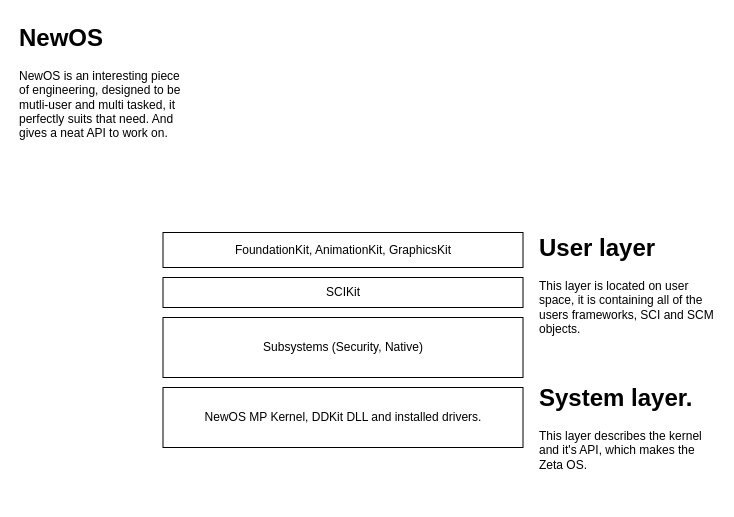
Earlier version of the draw.io diagram doc/OS-Design.drawio (nekernel-org/nekernel). Source tidied: cells renumbered, new cells numbered last; positions are measured from the earlier drawing's top-left corner, leaving out a move shared by most shapes. Both pictures are drawn from the tidied source at 100%, with x=0, y=0 at pixel (17, 17).
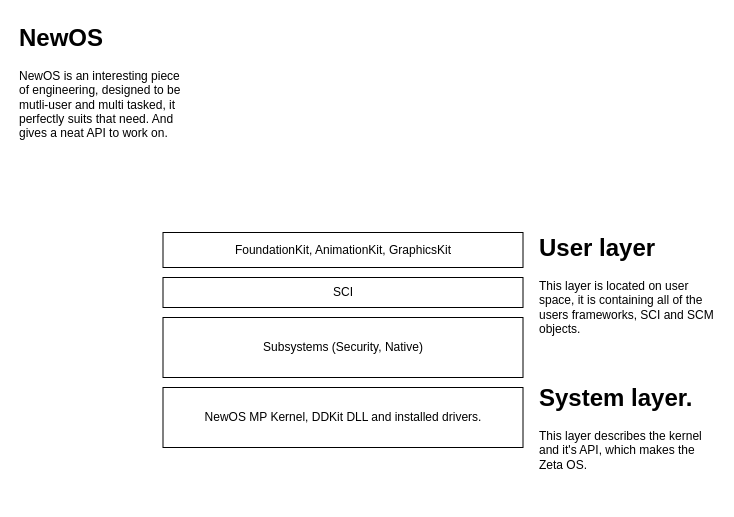
The same diagram, later.

The edit, as a diff of the source:
```diff
@@
 <mxGraphModel>
   <root>
     <mxCell id="0" />
     <mxCell id="1" parent="0" />
-    <mxCell id="2" value="SCIKit" style="rounded=0;whiteSpace=wrap;html=1;" parent="1" vertex="1">
+    <mxCell id="2" value="SCI" style="rounded=0;whiteSpace=wrap;html=1;" parent="1" vertex="1">
       <mxGeometry x="145.5" y="260" width="360" height="30" as="geometry" />
     </mxCell>
     <mxCell id="3" value="FoundationKit, AnimationKit, GraphicsKit" style="rounded=0;whiteSpace=wrap;html=1;" parent="1" vertex="1">
       <mxGeometry x="145.5" y="215" width="360" height="35" as="geometry" />
     </mxCell>
     <mxCell id="4" value="&lt;h1 style=&quot;margin-top: 0px;&quot;&gt;System layer.&lt;/h1&gt;&lt;p&gt;This layer describes the kernel and it's API, which makes the Zeta OS.&lt;/p&gt;" style="text;html=1;whiteSpace=wrap;overflow=hidden;rounded=0;" parent="1" vertex="1">
       <mxGeometry x="520" y="360" width="180" height="120" as="geometry" />
     </mxCell>
     <mxCell id="5" value="NewOS MP Kernel, DDKit&amp;nbsp;DLL and installed drivers." style="rounded=0;whiteSpace=wrap;html=1;" parent="1" vertex="1">
       <mxGeometry x="145.5" y="370" width="360" height="60" as="geometry" />
     </mxCell>
     <mxCell id="6" value="&lt;h1 style=&quot;margin-top: 0px;&quot;&gt;User layer&lt;/h1&gt;&lt;div&gt;This layer is located on user space, it is containing all of the users frameworks, SCI and SCM objects.&lt;/div&gt;" style="text;html=1;whiteSpace=wrap;overflow=hidden;rounded=0;" parent="1" vertex="1">
       <mxGeometry x="520" y="210" width="180" height="120" as="geometry" />
     </mxCell>
     <mxCell id="7" value="&lt;h1 style=&quot;margin-top: 0px;&quot;&gt;NewOS&lt;/h1&gt;&lt;div&gt;NewOS is an interesting piece&lt;/div&gt;&lt;div&gt;of engineering, designed to be mutli-user and multi tasked, it perfectly suits that need. And gives a neat API to work on.&lt;/div&gt;" style="text;html=1;whiteSpace=wrap;overflow=hidden;rounded=0;" parent="1" vertex="1">
       <mxGeometry width="180" height="130" as="geometry" />
     </mxCell>
     <mxCell id="8" value="Subsystems (Security, Native)" style="rounded=0;whiteSpace=wrap;html=1;" parent="1" vertex="1">
       <mxGeometry x="145.5" y="300" width="360" height="60" as="geometry" />
     </mxCell>
   </root>
 </mxGraphModel>
```
